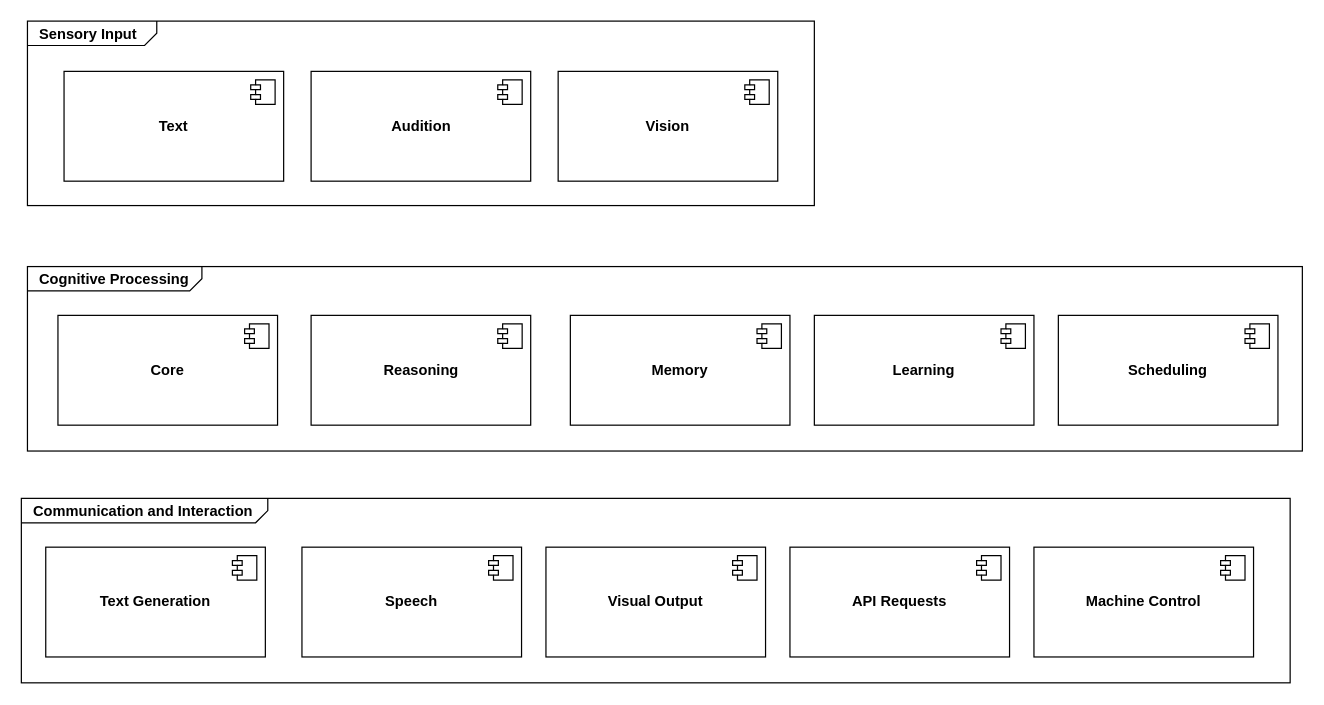
Before: docs/diagram.drawio in BartSoj/HttpAgent, a draw.io diagram. Source tidied: cells renumbered, new cells numbered last; positions are measured from the earlier drawing's top-left corner, leaving out a move shared by most shapes. Both pictures are drawn from the tidied source at 122%, with x=0, y=0 at pixel (21, 21).
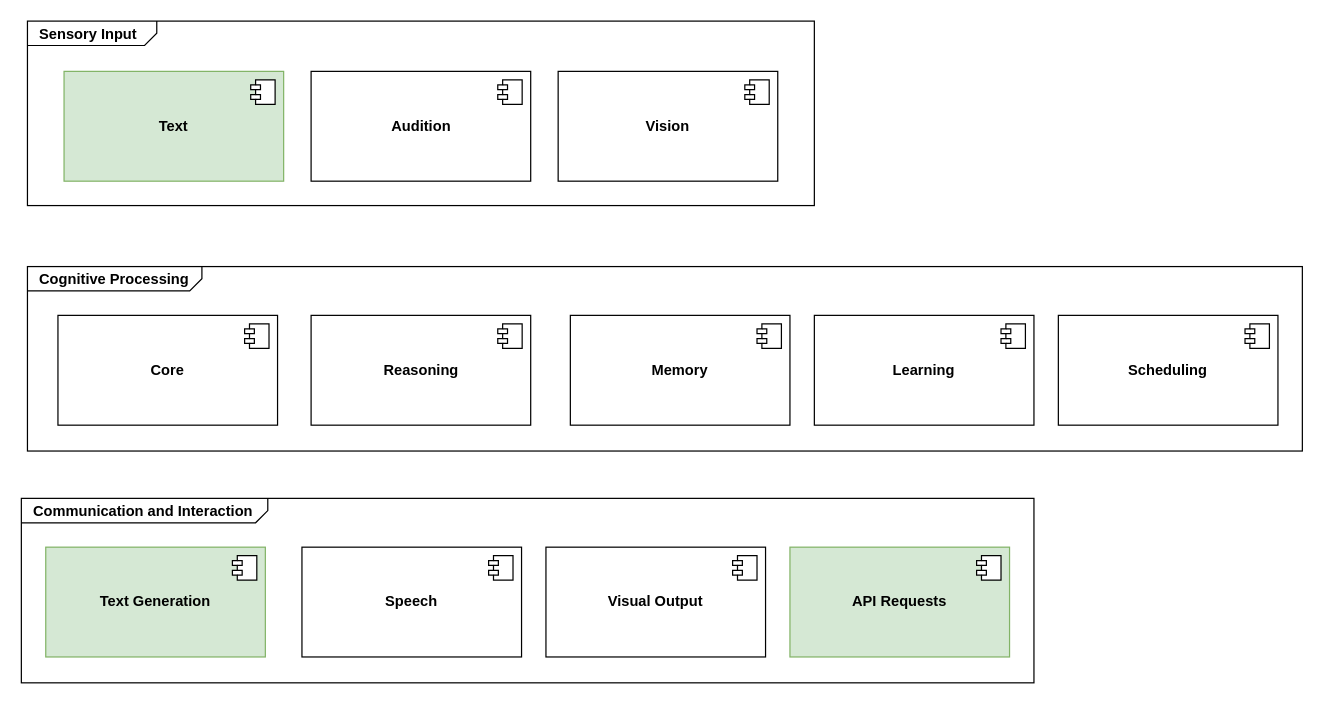
The same diagram, later.

What changed in the source:
```diff
@@
     <mxCell id="2" value="&lt;p style=&quot;margin:0px;margin-top:4px;margin-left:10px;text-align:left;&quot;&gt;&lt;b&gt;Communication and Interaction&lt;/b&gt;&lt;/p&gt;" style="html=1;shape=mxgraph.sysml.package;html=1;overflow=fill;whiteSpace=wrap;labelX=202;" parent="1" vertex="1">
-      <mxGeometry y="391" width="1040" height="151.2" as="geometry" />
+      <mxGeometry y="391" width="830" height="151.2" as="geometry" />
     </mxCell>
@@
-    <mxCell id="9" value="&lt;b&gt;Text&lt;br&gt;&lt;/b&gt;" style="html=1;whiteSpace=wrap;" parent="1" vertex="1">
+    <mxCell id="9" value="&lt;b&gt;Text&lt;br&gt;&lt;/b&gt;" style="html=1;whiteSpace=wrap;fillColor=#d5e8d4;strokeColor=#82b366;" parent="1" vertex="1">
       <mxGeometry x="35" y="41" width="180" height="90" as="geometry" />
     </mxCell>
@@
-    <mxCell id="19" value="&lt;b&gt;API Requests&lt;/b&gt;" style="html=1;whiteSpace=wrap;" parent="1" vertex="1">
+    <mxCell id="19" value="&lt;b&gt;API Requests&lt;/b&gt;" style="html=1;whiteSpace=wrap;fillColor=#d5e8d4;strokeColor=#82b366;" parent="1" vertex="1">
       <mxGeometry x="630" y="431" width="180" height="90" as="geometry" />
     </mxCell>
@@
-    <mxCell id="21" value="&lt;b&gt;Machine Control&lt;br&gt;&lt;/b&gt;" style="html=1;whiteSpace=wrap;" parent="1" vertex="1">
-      <mxGeometry x="830" y="431" width="180" height="90" as="geometry" />
-    </mxCell>
-    <mxCell id="22" style="shape=module;jettyWidth=8;jettyHeight=4;" parent="21" vertex="1">
-      <mxGeometry x="1" width="20" height="20" relative="1" as="geometry">
-        <mxPoint x="-27" y="7" as="offset" />
-      </mxGeometry>
-    </mxCell>
@@
-    <mxCell id="25" value="&lt;b&gt;Text Generation&lt;br&gt;&lt;/b&gt;" style="html=1;whiteSpace=wrap;" parent="1" vertex="1">
+    <mxCell id="25" value="&lt;b&gt;Text Generation&lt;br&gt;&lt;/b&gt;" style="html=1;whiteSpace=wrap;fillColor=#d5e8d4;strokeColor=#82b366;" parent="1" vertex="1">
       <mxGeometry x="20" y="431" width="180" height="90" as="geometry" />
     </mxCell>
```
